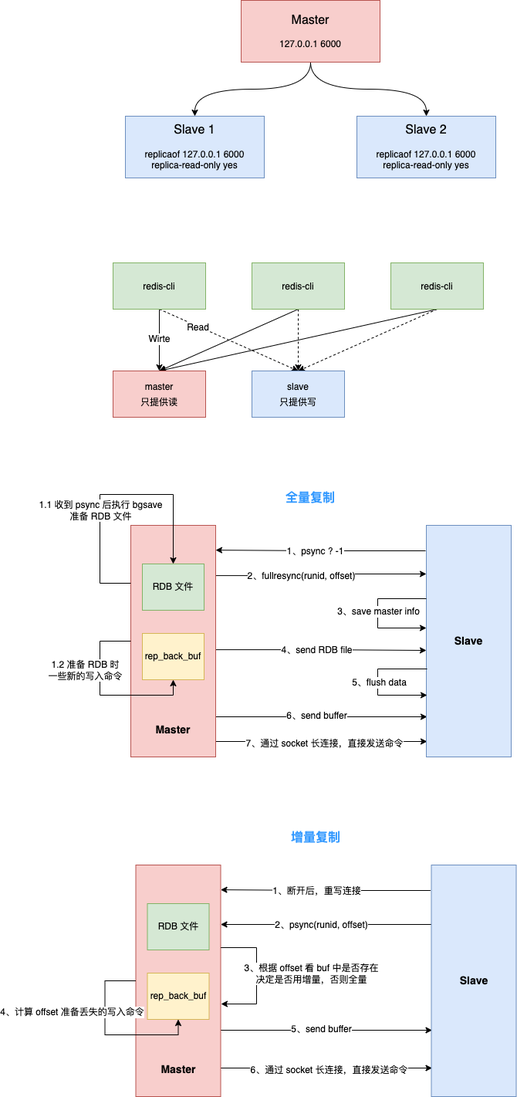
Earlier version of the draw.io export redis/redis-cluster.png (thebesteric/draw.io). Source tidied: cells renumbered, new cells last; positions are measured from the earlier drawing's top-left corner, leaving out a move shared by most shapes.
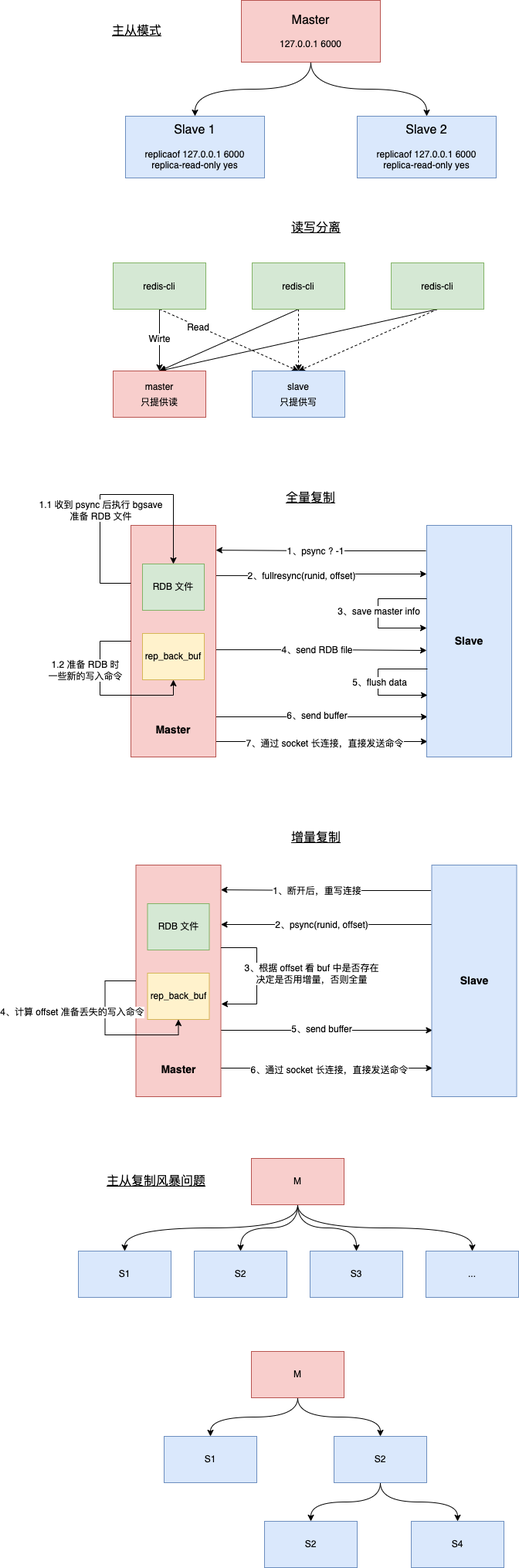
After the commit.

Change to the diagram source:
```diff
@@ -167,7 +167,7 @@
     <mxCell id="42" value="&lt;font style=&quot;font-size: 14px&quot;&gt;Master&lt;/font&gt;" style="text;html=1;strokeColor=none;fillColor=none;align=center;verticalAlign=middle;whiteSpace=wrap;rounded=0;sketch=0;fontSize=12;fontStyle=1;" parent="1" vertex="1">
       <mxGeometry x="65" y="930" width="60" height="30" as="geometry" />
     </mxCell>
-    <mxCell id="43" value="全量复制" style="text;html=1;strokeColor=none;fillColor=none;align=center;verticalAlign=middle;whiteSpace=wrap;rounded=0;sketch=0;fontSize=16;fontColor=#3399FF;fontStyle=1;" parent="1" vertex="1">
+    <mxCell id="43" value="全量复制" style="text;html=1;strokeColor=none;fillColor=none;align=center;verticalAlign=middle;whiteSpace=wrap;rounded=0;sketch=0;fontSize=16;fontColor=#000000;fontStyle=4;" parent="1" vertex="1">
       <mxGeometry x="228" y="630" width="90" height="30" as="geometry" />
     </mxCell>
     <mxCell id="44" style="edgeStyle=orthogonalEdgeStyle;rounded=0;sketch=0;orthogonalLoop=1;jettySize=auto;html=1;exitX=1;exitY=0.75;exitDx=0;exitDy=0;entryX=0;entryY=0.75;entryDx=0;entryDy=0;fontSize=12;" parent="1" edge="1">
@@ -238,7 +238,7 @@
     <mxCell id="58" value="&lt;font style=&quot;font-size: 14px&quot;&gt;Master&lt;/font&gt;" style="text;html=1;strokeColor=none;fillColor=none;align=center;verticalAlign=middle;whiteSpace=wrap;rounded=0;sketch=0;fontSize=12;fontStyle=1;" parent="1" vertex="1">
       <mxGeometry x="71.5" y="1370" width="60" height="30" as="geometry" />
     </mxCell>
-    <mxCell id="59" value="增量复制" style="text;html=1;strokeColor=none;fillColor=none;align=center;verticalAlign=middle;whiteSpace=wrap;rounded=0;sketch=0;fontSize=16;fontColor=#3399FF;fontStyle=1;" parent="1" vertex="1">
+    <mxCell id="59" value="增量复制" style="text;html=1;strokeColor=none;fillColor=none;align=center;verticalAlign=middle;whiteSpace=wrap;rounded=0;sketch=0;fontSize=16;fontColor=#000000;fontStyle=4;" parent="1" vertex="1">
       <mxGeometry x="234.5" y="1070" width="90" height="30" as="geometry" />
     </mxCell>
     <mxCell id="60" style="edgeStyle=orthogonalEdgeStyle;rounded=0;sketch=0;orthogonalLoop=1;jettySize=auto;html=1;exitX=1;exitY=0.5;exitDx=0;exitDy=0;fontSize=11;fontColor=#000000;startArrow=none;startFill=0;endArrow=classic;endFill=1;" parent="1" edge="1">
@@ -257,5 +257,68 @@
         <mxPoint x="73" y="1" as="offset" />
       </mxGeometry>
     </mxCell>
+    <mxCell id="62" value="主从模式" style="text;html=1;strokeColor=none;fillColor=none;align=center;verticalAlign=middle;whiteSpace=wrap;rounded=0;sketch=0;fontSize=16;fontColor=#000000;fontStyle=4;" parent="1" vertex="1">
+      <mxGeometry x="3" y="25" width="90" height="30" as="geometry" />
+    </mxCell>
+    <mxCell id="63" value="读写分离" style="text;html=1;strokeColor=none;fillColor=none;align=center;verticalAlign=middle;whiteSpace=wrap;rounded=0;sketch=0;fontSize=16;fontColor=#000000;fontStyle=4;" parent="1" vertex="1">
+      <mxGeometry x="234.5" y="280" width="90" height="30" as="geometry" />
+    </mxCell>
+    <mxCell id="64" style="edgeStyle=orthogonalEdgeStyle;rounded=0;sketch=0;jettySize=auto;html=1;exitX=0.5;exitY=1;exitDx=0;exitDy=0;fontSize=11;fontColor=#FF0000;startArrow=none;startFill=0;endArrow=classic;endFill=1;curved=1;" parent="1" edge="1" source="68" target="69">
+      <mxGeometry relative="1" as="geometry" />
+    </mxCell>
+    <mxCell id="65" style="edgeStyle=orthogonalEdgeStyle;curved=1;rounded=0;sketch=0;jettySize=auto;html=1;exitX=0.5;exitY=1;exitDx=0;exitDy=0;fontSize=11;fontColor=#FF0000;startArrow=none;startFill=0;endArrow=classic;endFill=1;" parent="1" edge="1" source="68" target="70">
+      <mxGeometry relative="1" as="geometry" />
+    </mxCell>
+    <mxCell id="66" style="edgeStyle=orthogonalEdgeStyle;curved=1;rounded=0;sketch=0;jettySize=auto;html=1;exitX=0.5;exitY=1;exitDx=0;exitDy=0;entryX=0.5;entryY=0;entryDx=0;entryDy=0;fontSize=11;fontColor=#FF0000;startArrow=none;startFill=0;endArrow=classic;endFill=1;" parent="1" edge="1" source="68" target="71">
+      <mxGeometry relative="1" as="geometry" />
+    </mxCell>
+    <mxCell id="67" style="edgeStyle=orthogonalEdgeStyle;curved=1;rounded=0;sketch=0;jettySize=auto;html=1;exitX=0.5;exitY=1;exitDx=0;exitDy=0;entryX=0.5;entryY=0;entryDx=0;entryDy=0;fontSize=11;fontColor=#FF0000;startArrow=none;startFill=0;endArrow=classic;endFill=1;" parent="1" edge="1" source="68" target="72">
+      <mxGeometry relative="1" as="geometry" />
+    </mxCell>
+    <mxCell id="68" value="M" style="rounded=0;whiteSpace=wrap;html=1;sketch=0;fontSize=11;fillColor=#f8cecc;strokeColor=#b85450;" parent="1" vertex="1">
+      <mxGeometry x="196" y="1500" width="120" height="60" as="geometry" />
+    </mxCell>
+    <mxCell id="69" value="S1" style="rounded=0;whiteSpace=wrap;html=1;sketch=0;fontSize=11;fillColor=#dae8fc;strokeColor=#6c8ebf;" parent="1" vertex="1">
+      <mxGeometry x="-28" y="1620" width="120" height="60" as="geometry" />
+    </mxCell>
+    <mxCell id="70" value="S2" style="rounded=0;whiteSpace=wrap;html=1;sketch=0;fontSize=11;fillColor=#dae8fc;strokeColor=#6c8ebf;" parent="1" vertex="1">
+      <mxGeometry x="122" y="1620" width="120" height="60" as="geometry" />
+    </mxCell>
+    <mxCell id="71" value="&lt;span style=&quot;font-weight: normal&quot;&gt;S3&lt;/span&gt;" style="rounded=0;whiteSpace=wrap;html=1;sketch=0;fontSize=11;fontStyle=1;fillColor=#dae8fc;strokeColor=#6c8ebf;" parent="1" vertex="1">
+      <mxGeometry x="272" y="1620" width="120" height="60" as="geometry" />
+    </mxCell>
+    <mxCell id="72" value="..." style="rounded=0;whiteSpace=wrap;html=1;sketch=0;fontSize=11;fillColor=#dae8fc;strokeColor=#6c8ebf;" parent="1" vertex="1">
+      <mxGeometry x="422" y="1620" width="120" height="60" as="geometry" />
+    </mxCell>
+    <mxCell id="73" style="edgeStyle=orthogonalEdgeStyle;curved=1;rounded=0;sketch=0;jettySize=auto;html=1;exitX=0.5;exitY=1;exitDx=0;exitDy=0;entryX=0.5;entryY=0;entryDx=0;entryDy=0;fontSize=11;fontColor=#FF0000;startArrow=none;startFill=0;endArrow=classic;endFill=1;" parent="1" edge="1" source="75" target="76">
+      <mxGeometry relative="1" as="geometry" />
+    </mxCell>
+    <mxCell id="74" style="edgeStyle=orthogonalEdgeStyle;curved=1;rounded=0;sketch=0;jettySize=auto;html=1;exitX=0.5;exitY=1;exitDx=0;exitDy=0;entryX=0.5;entryY=0;entryDx=0;entryDy=0;fontSize=11;fontColor=#FF0000;startArrow=none;startFill=0;endArrow=classic;endFill=1;" parent="1" edge="1" source="75" target="79">
+      <mxGeometry relative="1" as="geometry" />
+    </mxCell>
+    <mxCell id="75" value="M" style="rounded=0;whiteSpace=wrap;html=1;sketch=0;fontSize=11;fillColor=#f8cecc;strokeColor=#b85450;" parent="1" vertex="1">
+      <mxGeometry x="196" y="1750" width="120" height="60" as="geometry" />
+    </mxCell>
+    <mxCell id="76" value="S1" style="rounded=0;whiteSpace=wrap;html=1;sketch=0;fontSize=11;fillColor=#dae8fc;strokeColor=#6c8ebf;" parent="1" vertex="1">
+      <mxGeometry x="83" y="1860" width="120" height="60" as="geometry" />
+    </mxCell>
+    <mxCell id="77" style="edgeStyle=orthogonalEdgeStyle;curved=1;rounded=0;sketch=0;jettySize=auto;html=1;exitX=0.5;exitY=1;exitDx=0;exitDy=0;entryX=0.5;entryY=0;entryDx=0;entryDy=0;fontSize=11;fontColor=#FF0000;startArrow=none;startFill=0;endArrow=classic;endFill=1;" parent="1" edge="1" source="79" target="80">
+      <mxGeometry relative="1" as="geometry" />
+    </mxCell>
+    <mxCell id="78" style="edgeStyle=orthogonalEdgeStyle;curved=1;rounded=0;sketch=0;jettySize=auto;html=1;exitX=0.5;exitY=1;exitDx=0;exitDy=0;entryX=0.5;entryY=0;entryDx=0;entryDy=0;fontSize=11;fontColor=#FF0000;startArrow=none;startFill=0;endArrow=classic;endFill=1;" parent="1" edge="1" source="79" target="81">
+      <mxGeometry relative="1" as="geometry" />
+    </mxCell>
+    <mxCell id="79" value="S2" style="rounded=0;whiteSpace=wrap;html=1;sketch=0;fontSize=11;fillColor=#dae8fc;strokeColor=#6c8ebf;" parent="1" vertex="1">
+      <mxGeometry x="303" y="1860" width="120" height="60" as="geometry" />
+    </mxCell>
+    <mxCell id="80" value="S2" style="rounded=0;whiteSpace=wrap;html=1;sketch=0;fontSize=11;fillColor=#dae8fc;strokeColor=#6c8ebf;" parent="1" vertex="1">
+      <mxGeometry x="213" y="1970" width="120" height="60" as="geometry" />
+    </mxCell>
+    <mxCell id="81" value="S4" style="rounded=0;whiteSpace=wrap;html=1;sketch=0;fontSize=11;fillColor=#dae8fc;strokeColor=#6c8ebf;" parent="1" vertex="1">
+      <mxGeometry x="403" y="1970" width="120" height="60" as="geometry" />
+    </mxCell>
+    <mxCell id="82" value="主从复制风暴问题" style="text;html=1;strokeColor=none;fillColor=none;align=center;verticalAlign=middle;whiteSpace=wrap;rounded=0;sketch=0;fontSize=16;fontColor=#000000;fontStyle=4;" parent="1" vertex="1">
+      <mxGeometry x="3" y="1515" width="140" height="30" as="geometry" />
+    </mxCell>
   </root>
 </mxGraphModel>
```
